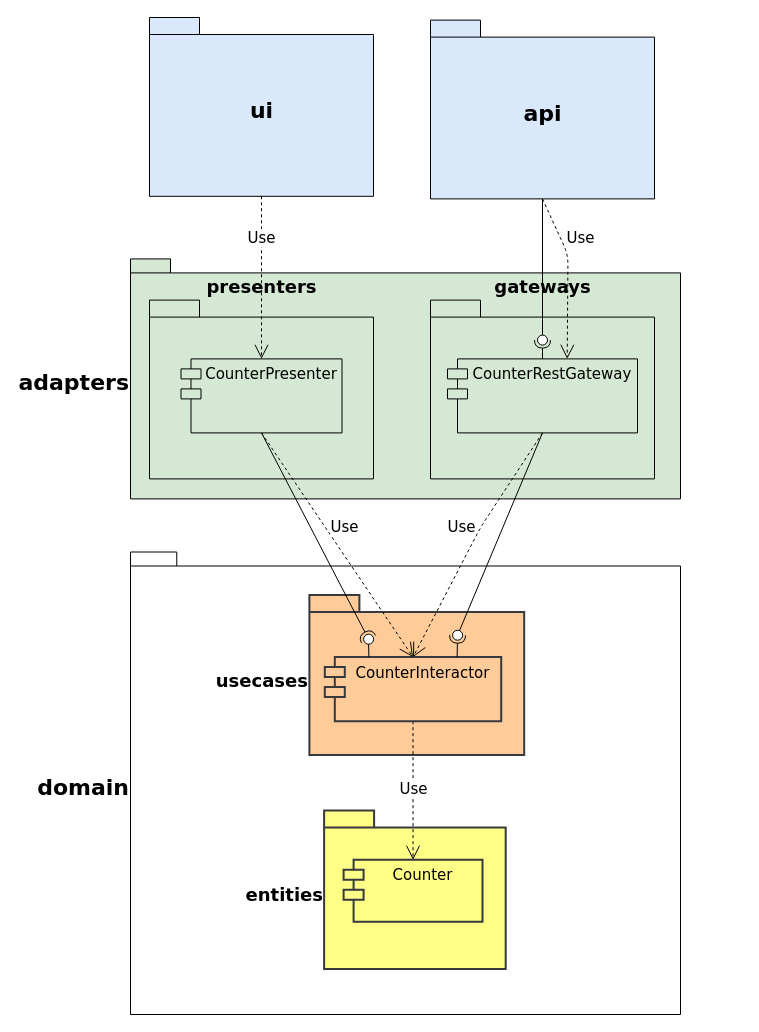
Earlier version of the draw.io diagram app/diagrams/packages-details.uml.drawio (softspiders/clean-architecture-counter-starters). Source tidied: cells renumbered, new cells numbered last; positions are measured from the earlier drawing's top-left corner, leaving out a move shared by most shapes. Both pictures are drawn from the tidied source at 100%, with x=0, y=0 at pixel (130, 17).
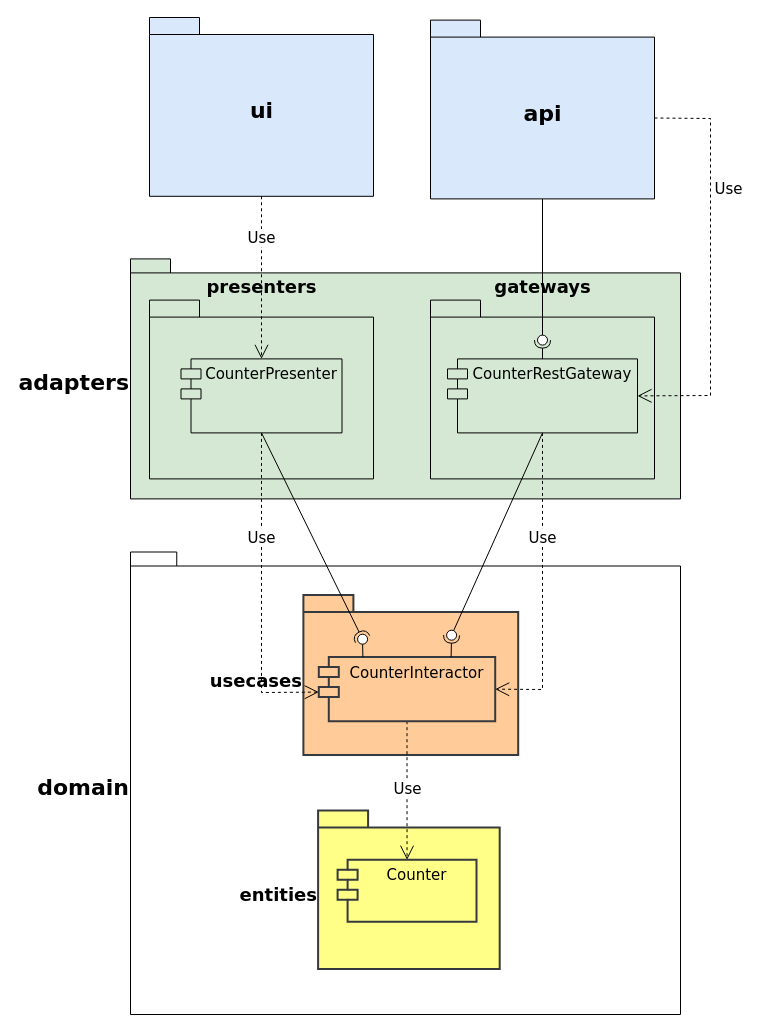
The same page after the edit.

Unchanged cells that the change refers to:
```xml
<mxCell id="2" style="group;strokeColor=none;" parent="1" vertex="1">
  <mxGeometry y="534.5" width="550" height="462.5" as="geometry" />
</mxCell>
<mxCell id="18" value="CounterRestGateway" style="shape=module;align=left;spacingLeft=20;align=center;verticalAlign=top;fontFamily=Verdana;fontSize=15;fillColor=#d5e8d4;strokeColor=#000000;" parent="16" vertex="1">
  <mxGeometry x="17" y="58.8" width="190" height="74" as="geometry" />
</mxCell>
<mxCell id="21" value="CounterPresenter" style="shape=module;align=left;spacingLeft=20;align=center;verticalAlign=top;fontFamily=Verdana;fontSize=15;fillColor=#d5e8d4;strokeColor=#000000;" parent="1" vertex="1">
  <mxGeometry x="50.5" y="341.4" width="161" height="74" as="geometry" />
</mxCell>
<mxCell id="28" value="&lt;font style=&quot;font-size: 22px&quot;&gt;api&lt;/font&gt;" style="shape=folder;fontStyle=1;spacingTop=10;tabWidth=50;tabHeight=17;tabPosition=left;html=1;rounded=0;shadow=0;comic=0;labelBackgroundColor=none;strokeWidth=1;fontFamily=Verdana;fontSize=18;align=center;labelPosition=center;verticalLabelPosition=middle;verticalAlign=middle;fillColor=#dae8fc;strokeColor=#000000;" parent="1" vertex="1">
  <mxGeometry x="300" y="2.6" width="224" height="178.8" as="geometry" />
</mxCell>
```

The edit, as a diff of the source:
```diff
@@
     <mxCell id="4" style="group;fontSize=13;labelPosition=left;verticalLabelPosition=middle;align=right;verticalAlign=middle;fillColor=none;strokeColor=none;strokeWidth=2;" parent="2" vertex="1">
-      <mxGeometry x="139.8" y="246.7" width="285.4" height="182.1" as="geometry" />
+      <mxGeometry x="133.8" y="246.7" width="285.4" height="182.1" as="geometry" />
     </mxCell>
@@
     <mxCell id="7" value="&lt;font style=&quot;font-size: 18px&quot;&gt;usecases&lt;/font&gt;" style="shape=folder;fontStyle=1;spacingTop=10;tabWidth=50;tabHeight=17;tabPosition=left;html=1;rounded=0;shadow=0;comic=0;labelBackgroundColor=none;strokeWidth=2;fontFamily=Verdana;fontSize=12;align=right;labelPosition=left;verticalLabelPosition=middle;verticalAlign=middle;fillColor=#ffcc99;strokeColor=#36393d;" parent="2" vertex="1">
-      <mxGeometry x="178.9" y="43.1" width="214.8" height="160" as="geometry" />
+      <mxGeometry x="172.9" y="43.1" width="214.8" height="160" as="geometry" />
     </mxCell>
@@
     <mxCell id="9" value="CounterInteractor" style="shape=module;align=left;spacingLeft=20;align=center;verticalAlign=top;fontFamily=Verdana;fontSize=15;fillColor=#ffcc99;strokeColor=#36393d;strokeWidth=2;" parent="2" vertex="1">
-      <mxGeometry x="194.3" y="105.1" width="176.4" height="64.1" as="geometry" />
+      <mxGeometry x="188.3" y="105.1" width="176.4" height="64.1" as="geometry" />
     </mxCell>
@@
     <mxCell id="11" style="ellipse;whiteSpace=wrap;html=1;fontFamily=Helvetica;fontSize=12;fontColor=#000000;align=center;strokeColor=#000000;fillColor=#ffffff;points=[];" parent="2" vertex="1">
-      <mxGeometry x="322.1" y="78.2" width="10" height="10" as="geometry" />
+      <mxGeometry x="316.1" y="78.2" width="10" height="10" as="geometry" />
     </mxCell>
@@
     <mxCell id="13" style="ellipse;whiteSpace=wrap;html=1;fontFamily=Helvetica;fontSize=12;fontColor=#000000;align=center;strokeColor=#000000;fillColor=#ffffff;points=[];" parent="2" vertex="1">
-      <mxGeometry x="233.1" y="82.2" width="10" height="10" as="geometry" />
+      <mxGeometry x="227.1" y="82.2" width="10" height="10" as="geometry" />
     </mxCell>
@@
-    <mxCell id="26" value="Use" style="endArrow=open;endSize=12;dashed=1;html=1;fontFamily=Verdana;fontSize=15;exitX=0.5;exitY=1;exitDx=0;exitDy=0;entryX=0.5;entryY=0;entryDx=0;entryDy=0;" parent="1" edge="1" source="18" target="9">
-      <mxGeometry x="-0.07" y="-17" relative="1" as="geometry">
+    <mxCell id="26" value="Use" style="endArrow=open;endSize=12;dashed=1;html=1;fontFamily=Verdana;fontSize=15;exitX=0.5;exitY=1;exitDx=0;exitDy=0;entryX=1;entryY=0.5;entryDx=0;entryDy=0;rounded=0;" parent="1" edge="1" source="18" target="9">
+      <mxGeometry x="-0.31" relative="1" as="geometry">
         <Array as="points">
-          <mxPoint x="350" y="510" />
+          <mxPoint x="412" y="672" />
         </Array>
       </mxGeometry>
     </mxCell>
-    <mxCell id="27" value="Use" style="endArrow=open;endSize=12;dashed=1;html=1;fontFamily=Verdana;fontSize=15;exitX=0.5;exitY=1;exitDx=0;exitDy=0;exitPerimeter=0;entryX=0.63;entryY=-0.001;entryDx=0;entryDy=0;entryPerimeter=0;" parent="1" edge="1" source="28" target="18">
+    <mxCell id="27" value="Use" style="endArrow=open;endSize=12;dashed=1;html=1;fontFamily=Verdana;fontSize=15;exitX=0;exitY=0;exitDx=223.99999999999997;exitDy=97.91;exitPerimeter=0;entryX=1;entryY=0.5;entryDx=0;entryDy=0;rounded=0;" parent="1" edge="1" source="28" target="18">
       <mxGeometry x="-0.38" y="18" relative="1" as="geometry">
         <Array as="points">
-          <mxPoint x="437.5" y="237" />
+          <mxPoint x="580" y="101" />
+          <mxPoint x="580" y="378" />
         </Array>
       </mxGeometry>
     </mxCell>
@@
-    <mxCell id="29" value="Use" style="endArrow=open;endSize=12;dashed=1;html=1;fontFamily=Verdana;fontSize=15;exitX=0.5;exitY=1;exitDx=0;exitDy=0;entryX=0.5;entryY=0;entryDx=0;entryDy=0;" parent="1" edge="1" source="21" target="9">
-      <mxGeometry x="-0.08" y="16" relative="1" as="geometry" />
+    <mxCell id="29" value="Use" style="endArrow=open;endSize=12;dashed=1;html=1;fontFamily=Verdana;fontSize=15;exitX=0.5;exitY=1;exitDx=0;exitDy=0;entryX=0;entryY=0;entryDx=0;entryDy=35;rounded=0;entryPerimeter=0;" parent="1" edge="1" source="21" target="9">
+      <mxGeometry x="-0.34" relative="1" as="geometry">
+        <Array as="points">
+          <mxPoint x="131" y="675" />
+        </Array>
+      </mxGeometry>
     </mxCell>
```
